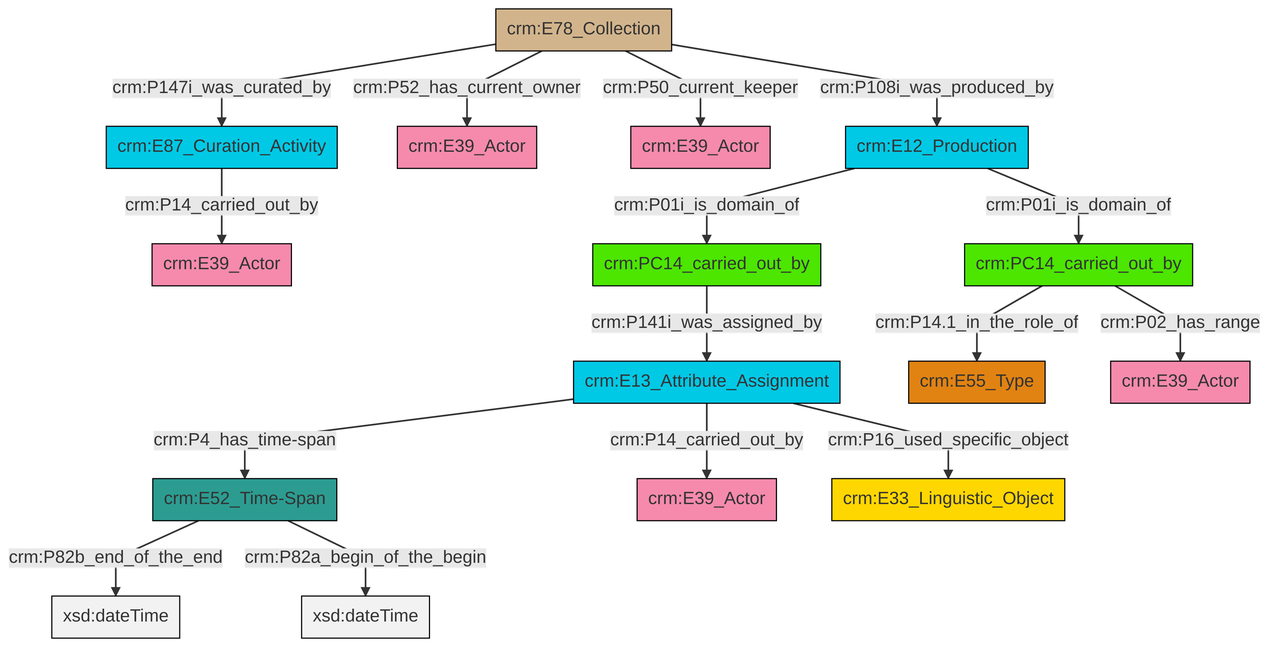
This is et/archivalCSV/ttl/mmd/png/archival_relation.png from swiss-art-research-net/docs.swissartresearch, a Mermaid export, as it was before one commit. Its source is kept beside it as et/archivalCSV/ttl/mmd/archival_relation.ttl.mmd.
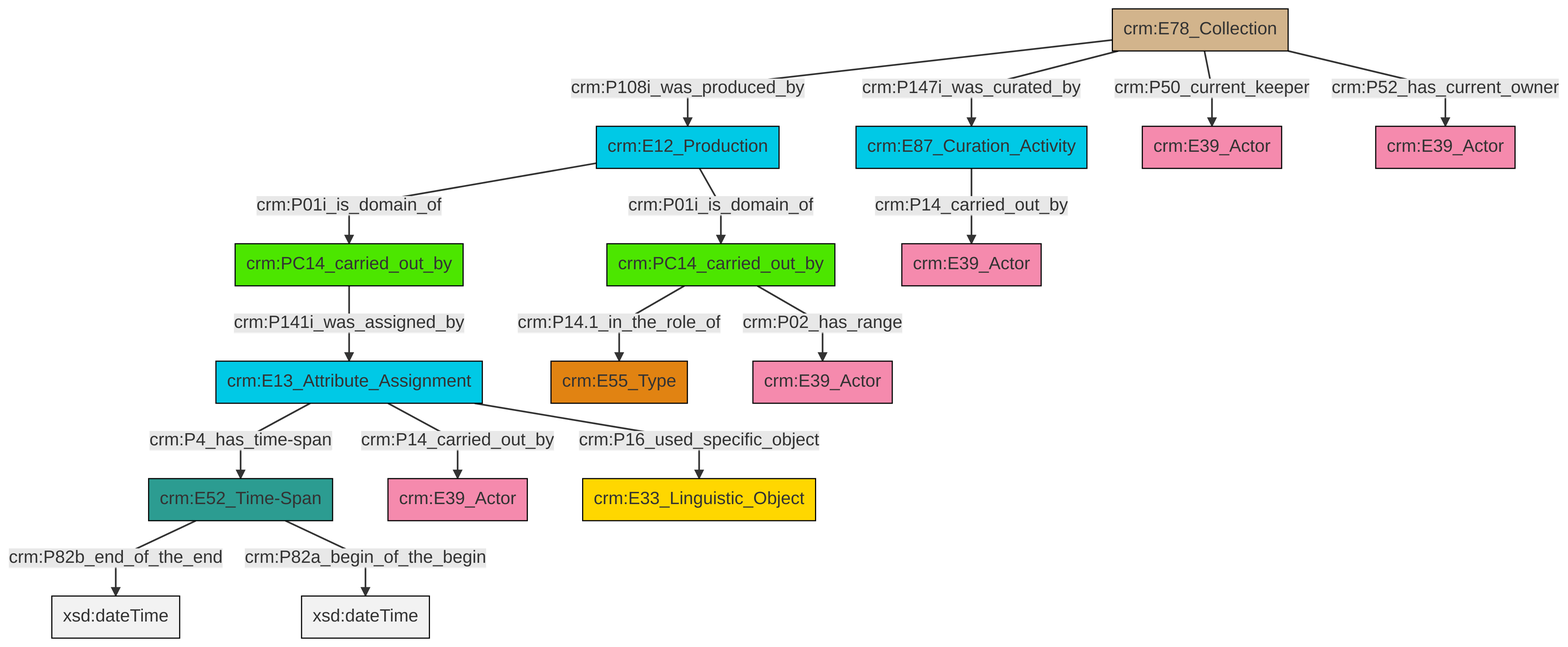
Above is the later version.

What changed in the source:
```diff
@@ -13,18 +13,18 @@
 classDef PC_Classes fill:#4ce600, stroke:#000000;
 classDef Multi fill:#cccccc,stroke:#000000;
 
-6["crm:E13_Attribute_Assignment"]:::Temporal_Entity -->|crm:P4_has_time-span| 7["crm:E52_Time-Span"]:::Time-Span
-2["crm:E78_Collection"]:::Physical_Thing -->|crm:P108i_was_produced_by| 10["crm:E12_Production"]:::Temporal_Entity
-4["crm:PC14_carried_out_by"]:::PC_Classes -->|crm:P14.1_in_the_role_of| 13["crm:E55_Type"]:::Type
-2["crm:E78_Collection"]:::Physical_Thing -->|crm:P52_has_current_owner| 14["crm:E39_Actor"]:::Actor
-2["crm:E78_Collection"]:::Physical_Thing -->|crm:P50_current_keeper| 16["crm:E39_Actor"]:::Actor
-6["crm:E13_Attribute_Assignment"]:::Temporal_Entity -->|crm:P16_used_specific_object| 21["crm:E33_Linguistic_Object"]:::Conceptual_Object
-23["crm:E87_Curation_Activity"]:::Temporal_Entity -->|crm:P14_carried_out_by| 0["crm:E39_Actor"]:::Actor
-10["crm:E12_Production"]:::Temporal_Entity -->|crm:P01i_is_domain_of| 4["crm:PC14_carried_out_by"]:::PC_Classes
-10["crm:E12_Production"]:::Temporal_Entity -->|crm:P01i_is_domain_of| 8["crm:PC14_carried_out_by"]:::PC_Classes
-8["crm:PC14_carried_out_by"]:::PC_Classes -->|crm:P141i_was_assigned_by| 6["crm:E13_Attribute_Assignment"]:::Temporal_Entity
-7["crm:E52_Time-Span"]:::Time-Span -->|crm:P82b_end_of_the_end| 26[xsd:dateTime]:::Literal
-7["crm:E52_Time-Span"]:::Time-Span -->|crm:P82a_begin_of_the_begin| 28[xsd:dateTime]:::Literal
-6["crm:E13_Attribute_Assignment"]:::Temporal_Entity -->|crm:P14_carried_out_by| 11["crm:E39_Actor"]:::Actor
-4["crm:PC14_carried_out_by"]:::PC_Classes -->|crm:P02_has_range| 19["crm:E39_Actor"]:::Actor
-2["crm:E78_Collection"]:::Physical_Thing -->|crm:P147i_was_curated_by| 23["crm:E87_Curation_Activity"]:::Temporal_Entity
+0["crm:E12_Production"]:::Temporal_Entity -->|crm:P01i_is_domain_of| 1["crm:PC14_carried_out_by"]:::PC_Classes
+5["crm:E52_Time-Span"]:::Time-Span -->|crm:P82b_end_of_the_end| 6[xsd:dateTime]:::Literal
+7["crm:E78_Collection"]:::Physical_Thing -->|crm:P50_current_keeper| 11["crm:E39_Actor"]:::Actor
+12["crm:E13_Attribute_Assignment"]:::Temporal_Entity -->|crm:P14_carried_out_by| 9["crm:E39_Actor"]:::Actor
+1["crm:PC14_carried_out_by"]:::PC_Classes -->|crm:P141i_was_assigned_by| 12["crm:E13_Attribute_Assignment"]:::Temporal_Entity
+5["crm:E52_Time-Span"]:::Time-Span -->|crm:P82a_begin_of_the_begin| 13[xsd:dateTime]:::Literal
+19["crm:PC14_carried_out_by"]:::PC_Classes -->|crm:P14.1_in_the_role_of| 15["crm:E55_Type"]:::Type
+12["crm:E13_Attribute_Assignment"]:::Temporal_Entity -->|crm:P4_has_time-span| 5["crm:E52_Time-Span"]:::Time-Span
+12["crm:E13_Attribute_Assignment"]:::Temporal_Entity -->|crm:P16_used_specific_object| 17["crm:E33_Linguistic_Object"]:::Conceptual_Object
+7["crm:E78_Collection"]:::Physical_Thing -->|crm:P108i_was_produced_by| 0["crm:E12_Production"]:::Temporal_Entity
+7["crm:E78_Collection"]:::Physical_Thing -->|crm:P52_has_current_owner| 25["crm:E39_Actor"]:::Actor
+7["crm:E78_Collection"]:::Physical_Thing -->|crm:P147i_was_curated_by| 2["crm:E87_Curation_Activity"]:::Temporal_Entity
+0["crm:E12_Production"]:::Temporal_Entity -->|crm:P01i_is_domain_of| 19["crm:PC14_carried_out_by"]:::PC_Classes
+2["crm:E87_Curation_Activity"]:::Temporal_Entity -->|crm:P14_carried_out_by| 27["crm:E39_Actor"]:::Actor
+19["crm:PC14_carried_out_by"]:::PC_Classes -->|crm:P02_has_range| 21["crm:E39_Actor"]:::Actor
```
